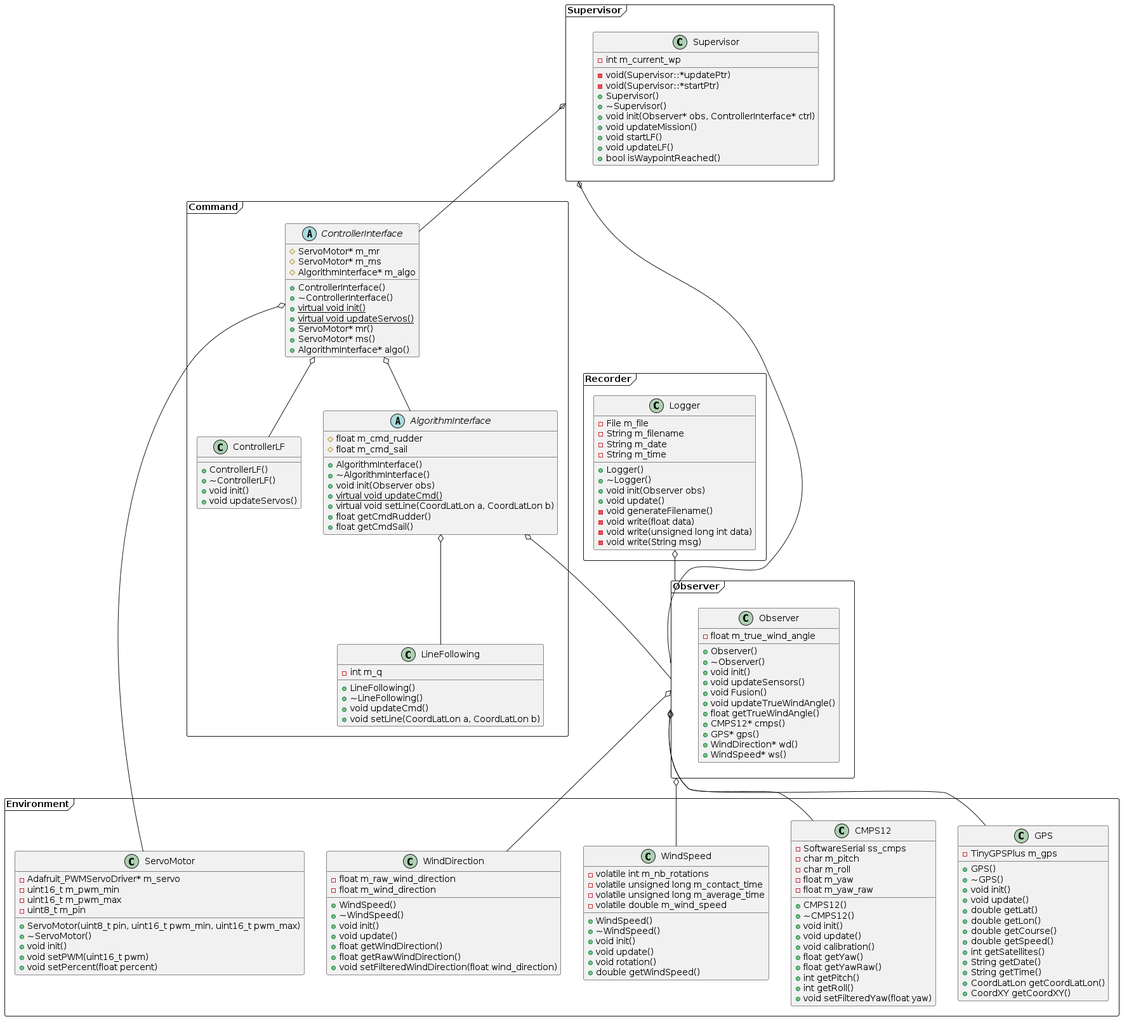
Earlier version of the PlantUML export docs/diagrams/out/classDiagram/classDiagram.png (TitouanLeost/Aston-Autonomous-Sailboat-2024).
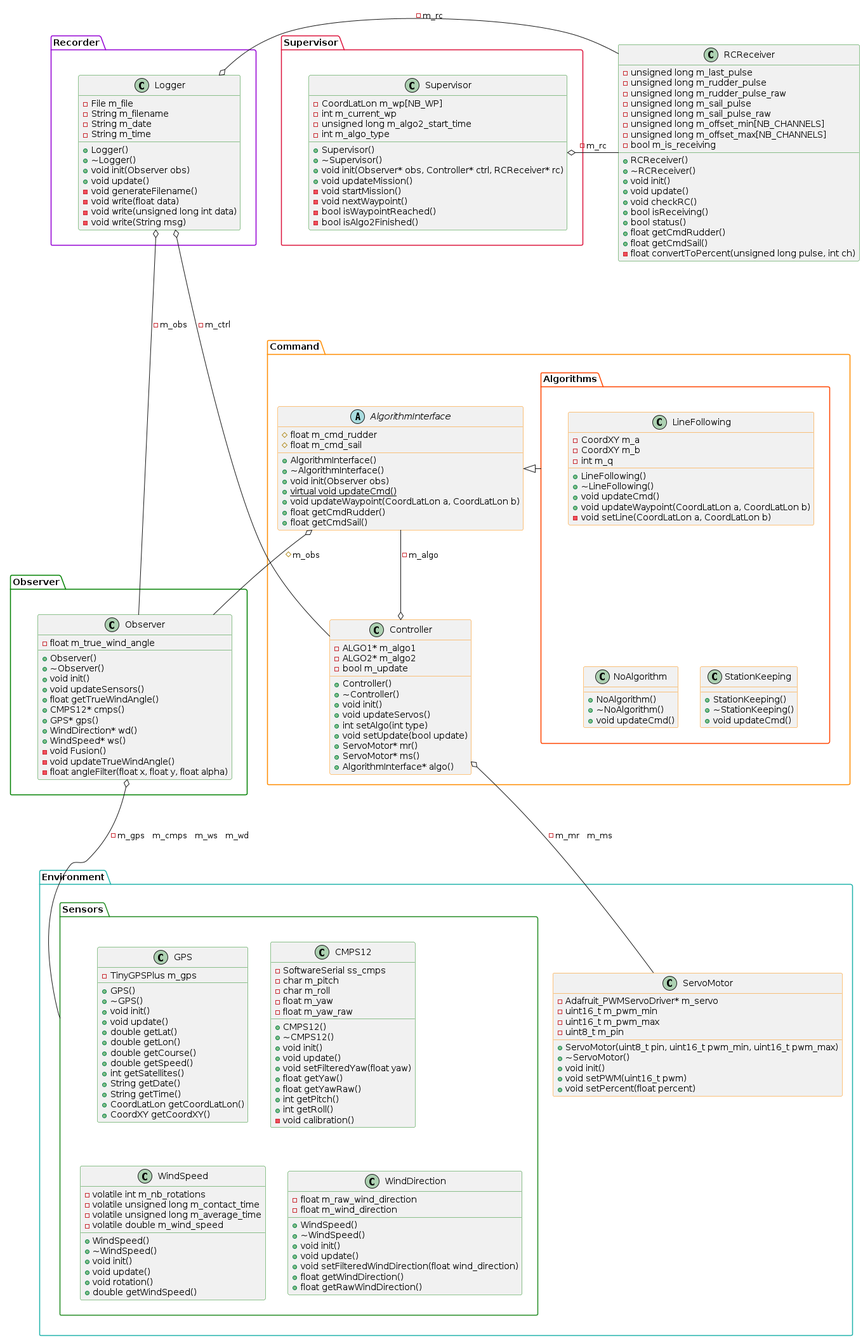
Above is the later version.

Commit message:
class diagram updated

Change to the diagram source:
```diff
@@ -1,68 +1,71 @@
 @startuml classDiagram
 
-package Environment <<Frame>> {
+package Environment <<Environment>> {
 
-    class       GPS {
-        - TinyGPSPlus m_gps
-        + GPS()
-        + ~GPS()
-        + void init()
-        + void update()
-        + double getLat()
-        + double getLon()
-        + double getCourse()
-        + double getSpeed()
-        + int getSatellites()
-        + String getDate()
-        + String getTime()
-        + CoordLatLon getCoordLatLon()
-        + CoordXY getCoordXY()
+    package Sensors <<Sensors>> {
+
+        class       GPS <<Observer>> {
+            - TinyGPSPlus m_gps
+            + GPS()
+            + ~GPS()
+            + void init()
+            + void update()
+            + double getLat()
+            + double getLon()
+            + double getCourse()
+            + double getSpeed()
+            + int getSatellites()
+            + String getDate()
+            + String getTime()
+            + CoordLatLon getCoordLatLon()
+            + CoordXY getCoordXY()
+        }
+
+        class       CMPS12 <<Observer>> {
+            - SoftwareSerial ss_cmps
+            - char m_pitch
+            - char m_roll
+            - float m_yaw
+            - float m_yaw_raw
+            + CMPS12()
+            + ~CMPS12()
+            + void init()
+            + void update()
+            + void setFilteredYaw(float yaw)
+            + float getYaw()
+            + float getYawRaw()
+            + int getPitch()
+            + int getRoll()
+            - void calibration()
+        }
+
+        class       WindSpeed <<Observer>> {
+            - volatile int m_nb_rotations
+            - volatile unsigned long m_contact_time
+            - volatile unsigned long m_average_time
+            - volatile double m_wind_speed
+            + WindSpeed()
+            + ~WindSpeed()
+            + void init()
+            + void update()
+            + void rotation()
+            + double getWindSpeed()
+        }
+
+        class       WindDirection <<Observer>> {
+            - float m_raw_wind_direction
+            - float m_wind_direction
+            + WindSpeed()
+            + ~WindSpeed()
+            + void init()
+            + void update()
+            + void setFilteredWindDirection(float wind_direction)
+            + float getWindDirection()
+            + float getRawWindDirection()
+        }
     }
 
-    class       CMPS12 {
-        - SoftwareSerial ss_cmps
-        - char m_pitch
-        - char m_roll
-        - float m_yaw
-        - float m_yaw_raw
-        + CMPS12()
-        + ~CMPS12()
-        + void init()
-        + void update()
-        + void calibration()
-        + float getYaw()
-        + float getYawRaw()
-        + int getPitch()
-        + int getRoll()
-        + void setFilteredYaw(float yaw)
-    }
-
-    class       WindSpeed {
-        - volatile int m_nb_rotations
-        - volatile unsigned long m_contact_time
-        - volatile unsigned long m_average_time
-        - volatile double m_wind_speed
-        + WindSpeed()
-        + ~WindSpeed()
-        + void init()
-        + void update()
-        + void rotation()
-        + double getWindSpeed()
-    }
-
-    class       WindDirection {
-        - float m_raw_wind_direction
-        - float m_wind_direction
-        + WindSpeed()
-        + ~WindSpeed()
-        + void init()
-        + void update()
-        + float getWindDirection()
-        + float getRawWindDirection()
-        + void setFilteredWindDirection(float wind_direction)
-    }
-
-    class       ServoMotor {
+    class       ServoMotor <<Command>> {
         - Adafruit_PWMServoDriver* m_servo
         - uint16_t m_pwm_min
         - uint16_t m_pwm_max
@@ -75,27 +78,28 @@
     }
 }
 
-package Observer <<Frame>> {
+package Observer <<Observer>> {
 
-    class       Observer {
+    class       Observer <<Observer>> {
         - float m_true_wind_angle
         + Observer()
         + ~Observer()
         + void init()
         + void updateSensors()
-        + void Fusion()
-        + void updateTrueWindAngle()
         + float getTrueWindAngle()
         + CMPS12* cmps()
         + GPS* gps()
         + WindDirection* wd()
         + WindSpeed* ws()
+        - void Fusion()
+        - void updateTrueWindAngle()
+        - float angleFilter(float x, float y, float alpha)
     }
 }
 
-package Recorder <<Frame>> {
+package Recorder <<Recorder>> {
 
-    class       Logger {
+    class       Logger <<Observer>> {
         - File m_file
         - String m_filename
         - String m_date
@@ -111,77 +115,147 @@
     }
 }
 
-package Supervisor <<Frame>> {
+package Supervisor <<Supervisor>> {
 
-    class       Supervisor {
+    class       Supervisor <<Observer>> {
+        - CoordLatLon m_wp[NB_WP]
         - int m_current_wp
-        - void(Supervisor::*updatePtr)
-        - void(Supervisor::*startPtr)
+        - unsigned long m_algo2_start_time
+        - int m_algo_type
         + Supervisor()
         + ~Supervisor()
-        + void init(Observer* obs, ControllerInterface* ctrl)
+        + void init(Observer* obs, Controller* ctrl, RCReceiver* rc)
         + void updateMission()
-        + void startLF()
-        + void updateLF()
-        + bool isWaypointReached()
+        - void startMission()
+        - void nextWaypoint()
+        - bool isWaypointReached()
+        - bool isAlgo2Finished()
     }
 }
 
-package Command <<Frame>> {
+class       RCReceiver <<Observer>> {
+    - unsigned long m_last_pulse
+    - unsigned long m_rudder_pulse
+    - unsigned long m_rudder_pulse_raw
+    - unsigned long m_sail_pulse
+    - unsigned long m_sail_pulse_raw
+    - unsigned long m_offset_min[NB_CHANNELS]
+    - unsigned long m_offset_max[NB_CHANNELS]
+    - bool m_is_receiving
+    + RCReceiver()
+    + ~RCReceiver()
+    + void init()
+    + void update()
+    + void checkRC()
+    + bool isReceiving()
+    + bool status()
+    + float getCmdRudder()
+    + float getCmdSail()
+    - float convertToPercent(unsigned long pulse, int ch)
+}
 
-    abstract    ControllerInterface {
-        # ServoMotor* m_mr
-        # ServoMotor* m_ms
-        # AlgorithmInterface* m_algo
-        + ControllerInterface()
-        + ~ControllerInterface()
-        + virtual void init() {static}
-        + virtual void updateServos() {static}
+package Command <<Command>> {
+
+    class       Controller <<Command>> {
+        - ALGO1* m_algo1
+        - ALGO2* m_algo2
+        - bool m_update
+        + Controller()
+        + ~Controller()
+        + void init()
+        + void updateServos()
+        + int setAlgo(int type)
+        + void setUpdate(bool update)
         + ServoMotor* mr()
         + ServoMotor* ms()
         + AlgorithmInterface* algo()
     }
 
-    class       ControllerLF {
-        + ControllerLF()
-        + ~ControllerLF()
-        + void init()
-        + void updateServos()
-    }
-
-    abstract    AlgorithmInterface {
+    abstract    AlgorithmInterface <<Command>> {
         # float m_cmd_rudder
         # float m_cmd_sail
         + AlgorithmInterface()
         + ~AlgorithmInterface()
         + void init(Observer obs)
         + virtual void updateCmd() {static}
-        + virtual void setLine(CoordLatLon a, CoordLatLon b)
+        + void updateWaypoint(CoordLatLon a, CoordLatLon b)
         + float getCmdRudder()
         + float getCmdSail()
     }
 
-    class       LineFollowing {
-        - int m_q
-        + LineFollowing()
-        + ~LineFollowing()
-        + void updateCmd()
-        + void setLine(CoordLatLon a, CoordLatLon b)
+    package Algorithms <<Algorithms>> {
+
+        class       LineFollowing <<Command>> {
+            - CoordXY m_a
+            - CoordXY m_b
+            - int m_q
+            + LineFollowing()
+            + ~LineFollowing()
+            + void updateCmd()
+            + void updateWaypoint(CoordLatLon a, CoordLatLon b)
+            - void setLine(CoordLatLon a, CoordLatLon b)
+        }
+
+        class       StationKeeping <<Command>> {
+            + StationKeeping()
+            + ~StationKeeping()
+            + void updateCmd()
+        }
+
+        class       NoAlgorithm <<Command>> {
+            + NoAlgorithm()
+            + ~NoAlgorithm()
+            + void updateCmd()
+        }
     }
 }
 
+Supervisor -[hidden]--> Command.AlgorithmInterface
+Recorder -[hidden]--> Observer
+Observer.Observer -[hidden]--> Sensors
+Command.Controller -[hidden]--> Environment.ServoMotor
+Recorder -[hidden]> Supervisor
+Observer -[hidden]> Command.Controller
+LineFollowing o-[hidden]- StationKeeping
+LineFollowing o-[hidden]- NoAlgorithm
+Environment.Sensors -[hidden]> Environment.ServoMotor
 
-Observer            o-- GPS
-Observer            o-- CMPS12
-Observer            o-- WindSpeed
-Observer            o-- WindDirection
-ControllerInterface o-- ControllerLF
-ControllerInterface o-- ServoMotor
-Logger              o-- Observer
-AlgorithmInterface  o-- Observer
-AlgorithmInterface  o-- LineFollowing
-ControllerInterface o-- AlgorithmInterface
-Supervisor          o-- Observer
-Supervisor          o-- ControllerInterface
+AlgorithmInterface --o Controller : - m_algo
+AlgorithmInterface o-- Observer.Observer : # m_obs
+AlgorithmInterface <|- Algorithms
+
+Supervisor.Supervisor o- RCReceiver : - m_rc
+
+Observer.Observer o-- Environment.Sensors : - m_gps   m_cmps   m_ws   m_wd
+
+Controller o-- Environment.ServoMotor : - m_mr   m_ms
+
+Logger o-- Observer.Observer : - m_obs
+Logger o- RCReceiver : - m_rc
+Logger o-- Controller : - m_ctrl
+
+
+skinparam class {
+    BorderColor<<Command>> DarkOrange
+    BorderColor<<Observer>> ForestGreen
+}
+
+skinparam package {
+    BorderColor<<Environment>> LightSeaGreen
+    BorderColor<<Sensors>> ForestGreen
+    BorderColor<<Observer>> Green
+    BorderColor<<Recorder>> DarkViolet
+    BorderColor<<Supervisor>> Crimson
+    BorderColor<<Command>> DarkOrange
+    BorderColor<<Algorithms>> OrangeRed
+}
+
+hide <<Command>> stereotype
+hide <<Observer>> stereotype
+hide <<Environment>> stereotype
+hide <<Recorder>> stereotype
+hide <<Supervisor>> stereotype
+hide <<Algorithms>> stereotype
+hide <<Sensors>> stereotype
 
 @enduml
```
